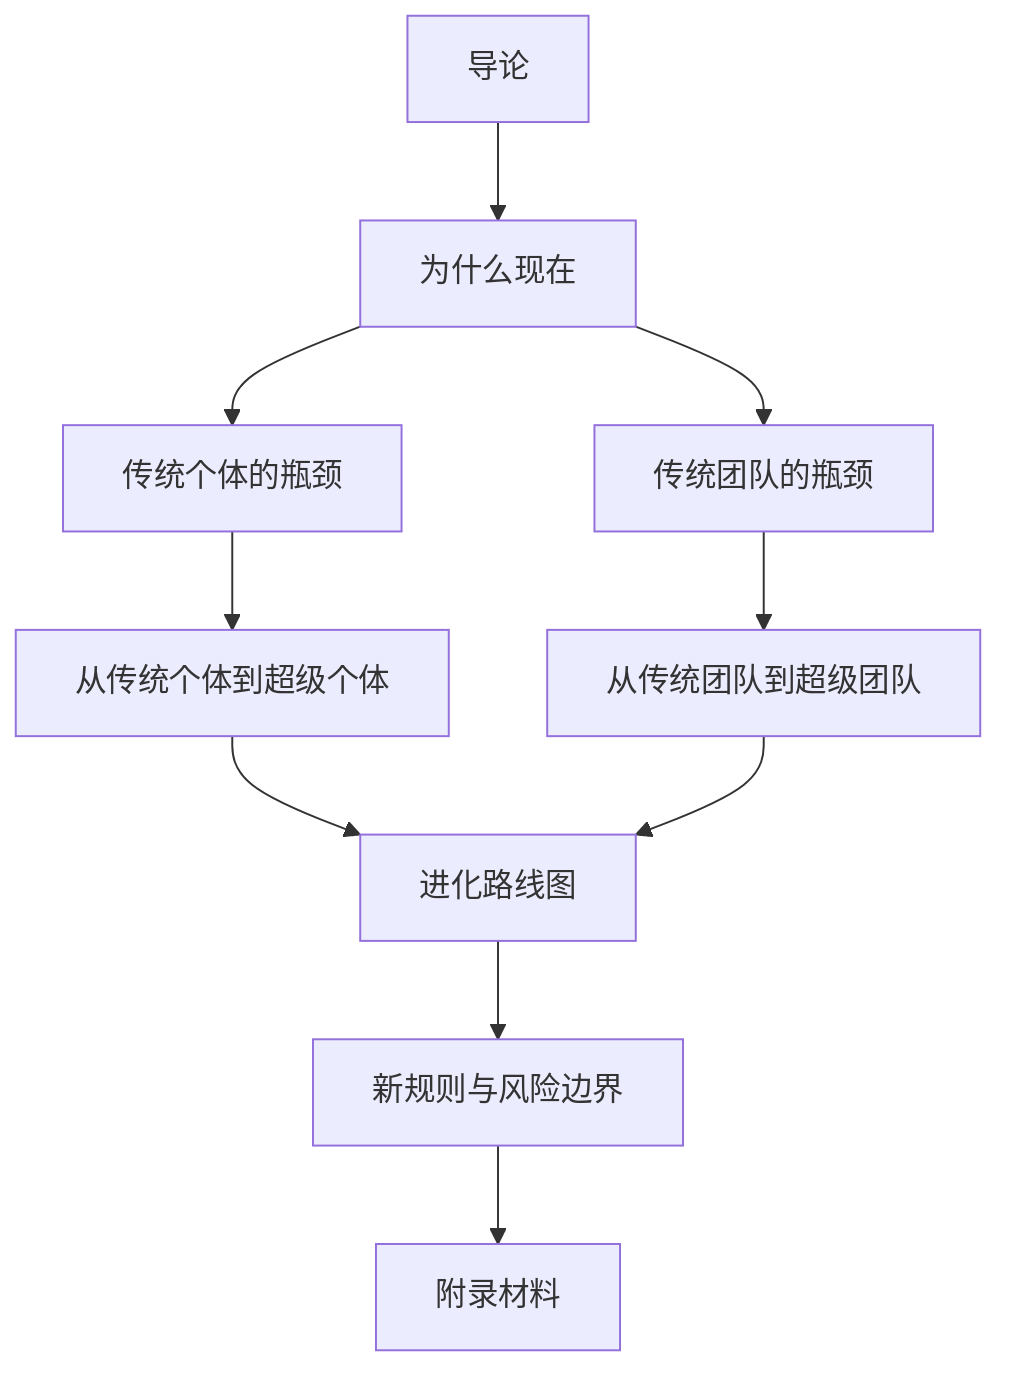
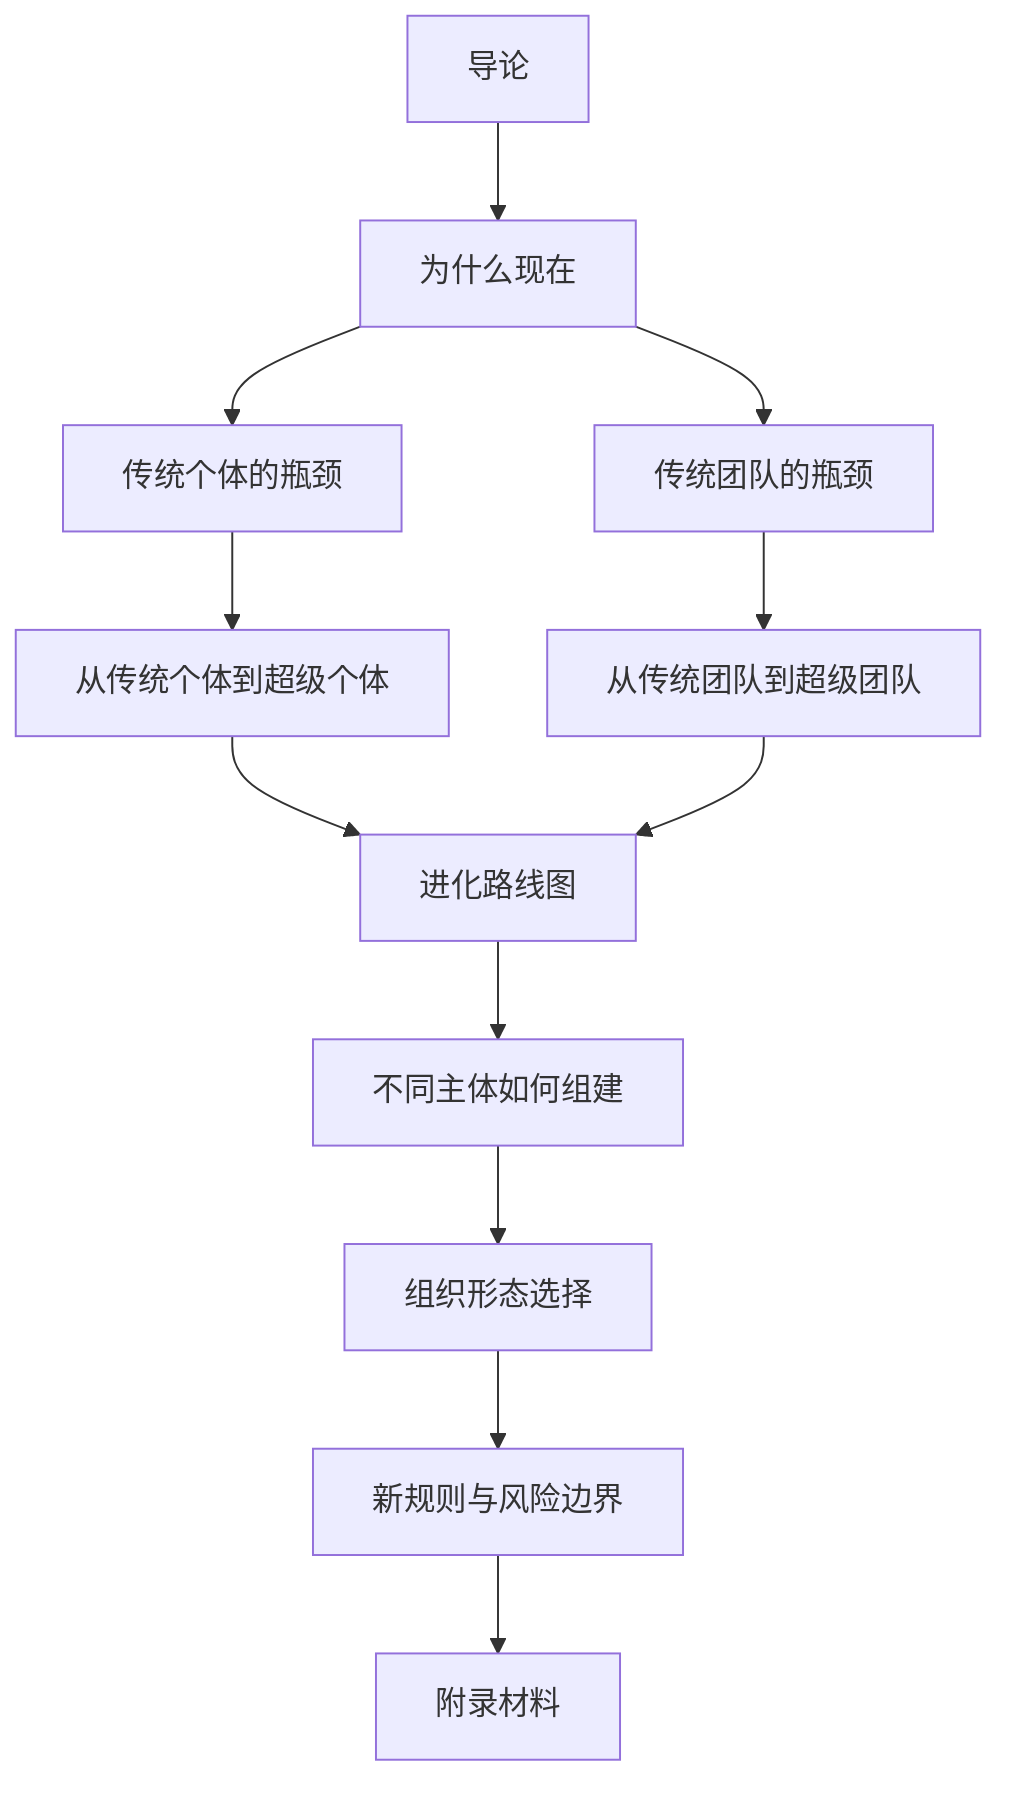
flowchart TD
    A["导论"] --> B["为什么现在"]
    B --> C["传统个体的瓶颈"]
    C --> D["从传统个体到超级个体"]
    B --> E["传统团队的瓶颈"]
    E --> F["从传统团队到超级团队"]
    D --> G["进化路线图"]
    F --> G
-     G --> H["新规则与风险边界"]
-     H --> I["附录材料"]
- 
+     G --> H["不同主体如何组建"]
+     H --> I["组织形态选择"]
+     I --> J["新规则与风险边界"]
+     J --> K["附录材料"]
